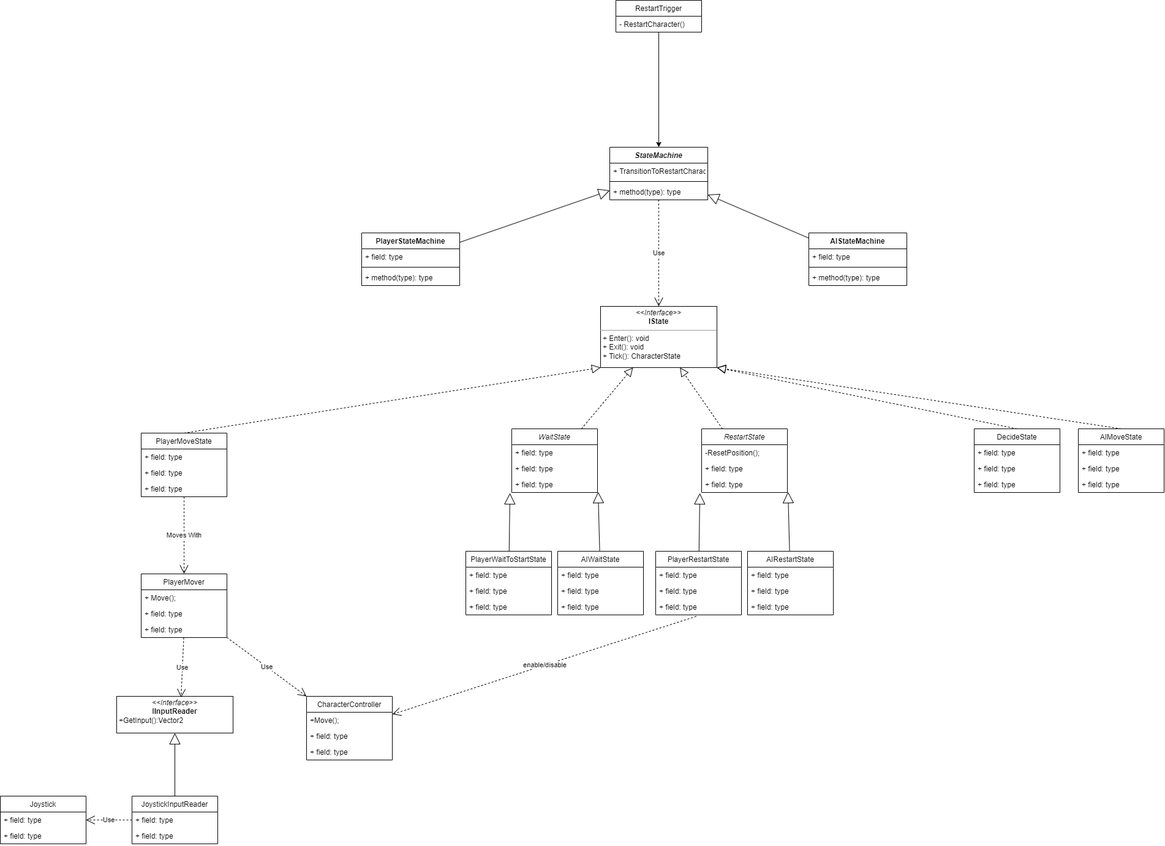
The draw.io diagram classes.drawio.png in canafarci/RunnerTest, before a commit. Source tidied: cells renumbered, new cells last; positions are measured from the earlier drawing's top-left corner, leaving out a move shared by most shapes.
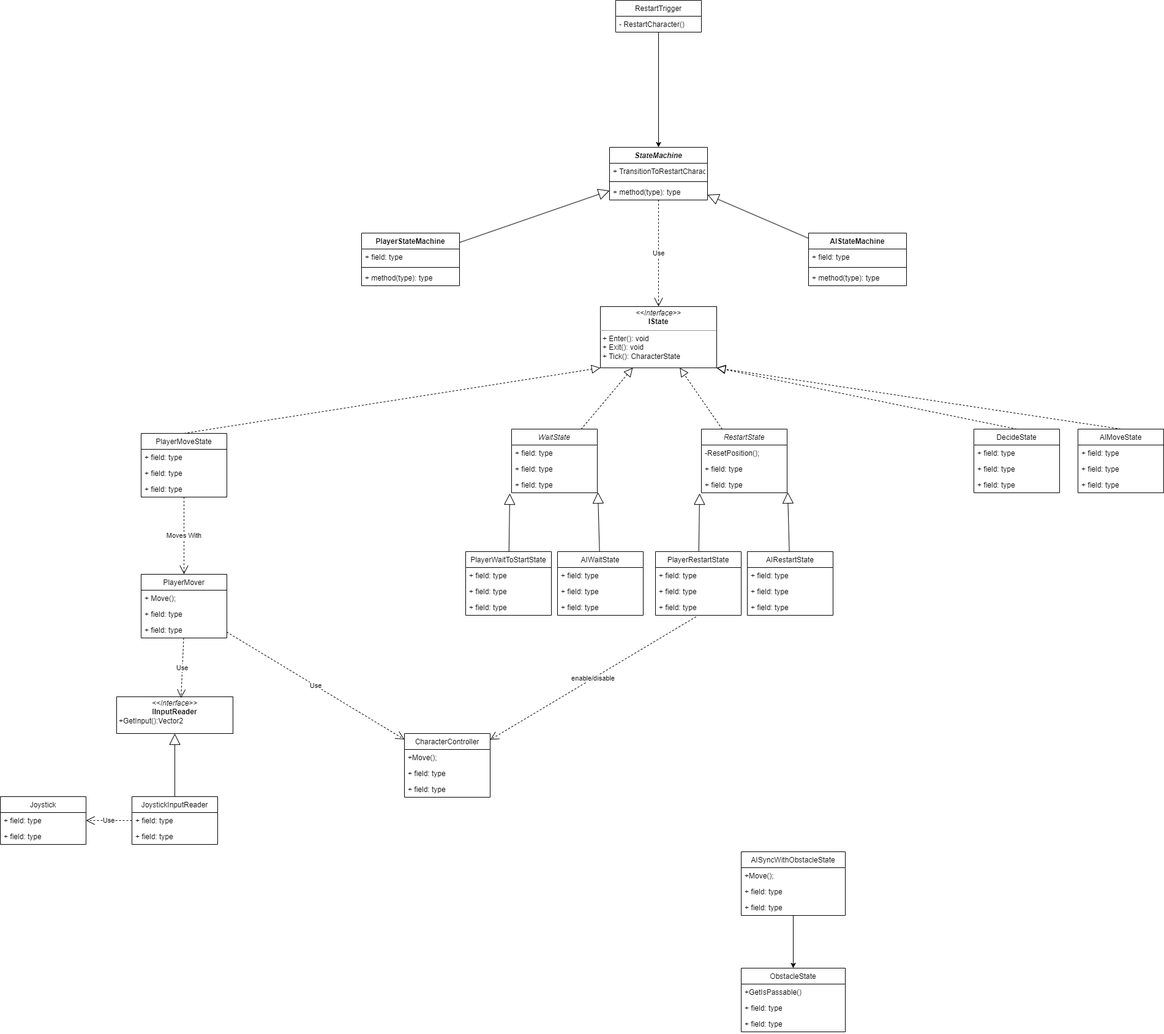
After the change.

Change to the diagram source:
```diff
@@ -164,7 +164,7 @@
       </mxGeometry>
     </mxCell>
     <mxCell id="55" value="CharacterController" style="swimlane;fontStyle=0;horizontal=1;startSize=26;fillColor=none;" parent="1" vertex="1">
-      <mxGeometry x="500" y="1137" width="140" height="104" as="geometry" />
+      <mxGeometry x="660" y="1197" width="140" height="104" as="geometry" />
     </mxCell>
     <mxCell id="56" value="+Move();" style="text;strokeColor=none;fillColor=none;align=left;verticalAlign=top;spacingLeft=4;spacingRight=4;overflow=hidden;" parent="55" vertex="1">
       <mxGeometry y="26" width="140" height="26" as="geometry" />
@@ -259,5 +259,32 @@
     <mxCell id="86" value="enable/disable" style="endArrow=open;endSize=12;dashed=1;html=1;exitX=0.473;exitY=1.09;exitDx=0;exitDy=0;exitPerimeter=0;" parent="1" edge="1" source="74" target="55">
       <mxGeometry relative="1" as="geometry" />
     </mxCell>
+    <mxCell id="87" style="edgeStyle=none;html=1;" parent="1" edge="1" source="88" target="92">
+      <mxGeometry relative="1" as="geometry" />
+    </mxCell>
+    <mxCell id="88" value="AISyncWithObstacleState" style="swimlane;fontStyle=0;horizontal=1;startSize=26;fillColor=none;" parent="1" vertex="1">
+      <mxGeometry x="1210" y="1390" width="170" height="104" as="geometry" />
+    </mxCell>
+    <mxCell id="89" value="+Move();" style="text;strokeColor=none;fillColor=none;align=left;verticalAlign=top;spacingLeft=4;spacingRight=4;overflow=hidden;" parent="88" vertex="1">
+      <mxGeometry y="26" width="170" height="26" as="geometry" />
+    </mxCell>
+    <mxCell id="90" value="+ field: type" style="text;strokeColor=none;fillColor=none;align=left;verticalAlign=top;spacingLeft=4;spacingRight=4;overflow=hidden;" parent="88" vertex="1">
+      <mxGeometry y="52" width="170" height="26" as="geometry" />
+    </mxCell>
+    <mxCell id="91" value="+ field: type" style="text;strokeColor=none;fillColor=none;align=left;verticalAlign=top;spacingLeft=4;spacingRight=4;overflow=hidden;" parent="88" vertex="1">
+      <mxGeometry y="78" width="170" height="26" as="geometry" />
+    </mxCell>
+    <mxCell id="92" value="ObstacleState" style="swimlane;fontStyle=0;horizontal=1;startSize=26;fillColor=none;" parent="1" vertex="1">
+      <mxGeometry x="1210" y="1580" width="170" height="104" as="geometry" />
+    </mxCell>
+    <mxCell id="93" value="+GetIsPassable()" style="text;strokeColor=none;fillColor=none;align=left;verticalAlign=top;spacingLeft=4;spacingRight=4;overflow=hidden;" parent="92" vertex="1">
+      <mxGeometry y="26" width="170" height="26" as="geometry" />
+    </mxCell>
+    <mxCell id="94" value="+ field: type" style="text;strokeColor=none;fillColor=none;align=left;verticalAlign=top;spacingLeft=4;spacingRight=4;overflow=hidden;" parent="92" vertex="1">
+      <mxGeometry y="52" width="170" height="26" as="geometry" />
+    </mxCell>
+    <mxCell id="95" value="+ field: type" style="text;strokeColor=none;fillColor=none;align=left;verticalAlign=top;spacingLeft=4;spacingRight=4;overflow=hidden;" parent="92" vertex="1">
+      <mxGeometry y="78" width="170" height="26" as="geometry" />
+    </mxCell>
   </root>
 </mxGraphModel>
```
